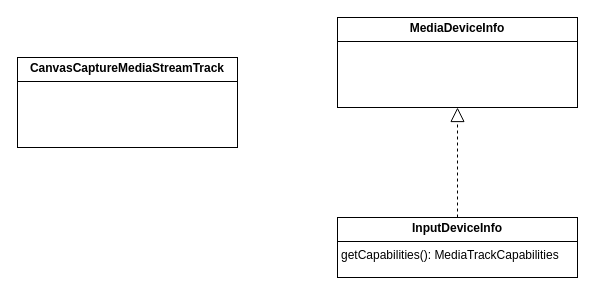
Before: WebRTC.drawio in KondyubaBA/WebAPI, a draw.io diagram. Source tidied: cells renumbered, new cells numbered last; positions are measured from the earlier drawing's top-left corner, leaving out a move shared by most shapes. Both pictures are drawn from the tidied source at 100%, with x=0, y=0 at pixel (17, 17).
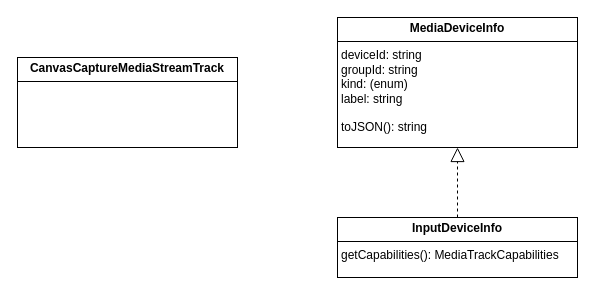
After the change.

What changed in the source:
```diff
@@
 <mxGraphModel>
   <root>
     <mxCell id="0" />
     <mxCell id="1" parent="0" />
     <mxCell id="2" value="&lt;p style=&quot;margin:0px;margin-top:4px;text-align:center;&quot;&gt;&lt;b&gt;CanvasCaptureMediaStreamTrack&lt;/b&gt;&lt;/p&gt;&lt;hr size=&quot;1&quot; style=&quot;border-style:solid;&quot;&gt;&lt;p style=&quot;margin:0px;margin-left:4px;&quot;&gt;&lt;br&gt;&lt;/p&gt;" style="verticalAlign=top;align=left;overflow=fill;html=1;whiteSpace=wrap;" parent="1" vertex="1">
       <mxGeometry y="40" width="220" height="90" as="geometry" />
     </mxCell>
     <mxCell id="3" value="&lt;p style=&quot;margin:0px;margin-top:4px;text-align:center;&quot;&gt;&lt;b&gt;InputDeviceInfo&lt;/b&gt;&lt;/p&gt;&lt;hr size=&quot;1&quot; style=&quot;border-style:solid;&quot;&gt;&lt;p style=&quot;margin:0px;margin-left:4px;&quot;&gt;getCapabilities():&amp;nbsp;MediaTrackCapabilities&lt;/p&gt;" style="verticalAlign=top;align=left;overflow=fill;html=1;whiteSpace=wrap;" parent="1" vertex="1">
       <mxGeometry x="320" y="200" width="240" height="60" as="geometry" />
     </mxCell>
-    <mxCell id="4" value="&lt;p style=&quot;margin:0px;margin-top:4px;text-align:center;&quot;&gt;&lt;b&gt;MediaDeviceInfo&lt;/b&gt;&lt;/p&gt;&lt;hr size=&quot;1&quot; style=&quot;border-style:solid;&quot;&gt;&lt;p style=&quot;margin:0px;margin-left:4px;&quot;&gt;&lt;br&gt;&lt;/p&gt;" style="verticalAlign=top;align=left;overflow=fill;html=1;whiteSpace=wrap;" parent="1" vertex="1">
-      <mxGeometry x="320" width="240" height="90" as="geometry" />
+    <mxCell id="4" value="&lt;p style=&quot;margin:0px;margin-top:4px;text-align:center;&quot;&gt;&lt;b&gt;MediaDeviceInfo&lt;/b&gt;&lt;/p&gt;&lt;hr size=&quot;1&quot; style=&quot;border-style:solid;&quot;&gt;&lt;p style=&quot;margin:0px;margin-left:4px;&quot;&gt;deviceId: string&lt;/p&gt;&lt;p style=&quot;margin:0px;margin-left:4px;&quot;&gt;groupId: string&lt;/p&gt;&lt;p style=&quot;margin:0px;margin-left:4px;&quot;&gt;kind: (enum)&lt;/p&gt;&lt;p style=&quot;margin:0px;margin-left:4px;&quot;&gt;label: string&lt;/p&gt;&lt;p style=&quot;margin:0px;margin-left:4px;&quot;&gt;&lt;br&gt;&lt;/p&gt;&lt;p style=&quot;margin:0px;margin-left:4px;&quot;&gt;toJSON(): string&lt;/p&gt;" style="verticalAlign=top;align=left;overflow=fill;html=1;whiteSpace=wrap;" parent="1" vertex="1">
+      <mxGeometry x="320" width="240" height="130" as="geometry" />
     </mxCell>
     <mxCell id="5" style="endArrow=block;dashed=1;endFill=0;endSize=12;html=1;rounded=0;entryX=0.5;entryY=1;entryDx=0;entryDy=0;exitX=0.5;exitY=0;exitDx=0;exitDy=0;" parent="1" edge="1" source="3" target="4">
       <mxGeometry relative="1" as="geometry" />
     </mxCell>
   </root>
 </mxGraphModel>
```
